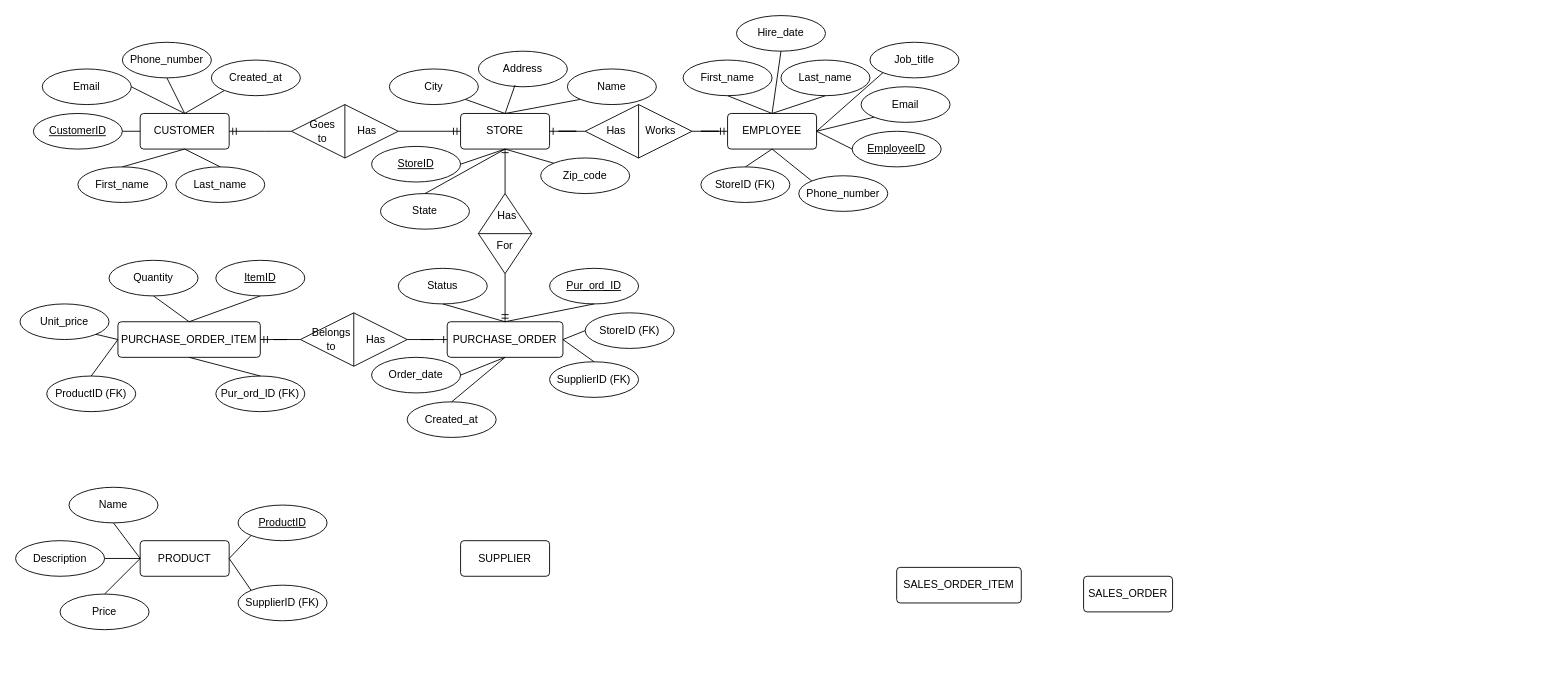
Earlier version of the draw.io diagram diagrams/EER_563.drawio (Shantanu-Barua/prt563_dbdesign). Source tidied: cells renumbered, new cells numbered last; positions are measured from the earlier drawing's top-left corner, leaving out a move shared by most shapes. Both pictures are drawn from the tidied source at 89%, with x=0, y=0 at pixel (15, 15).
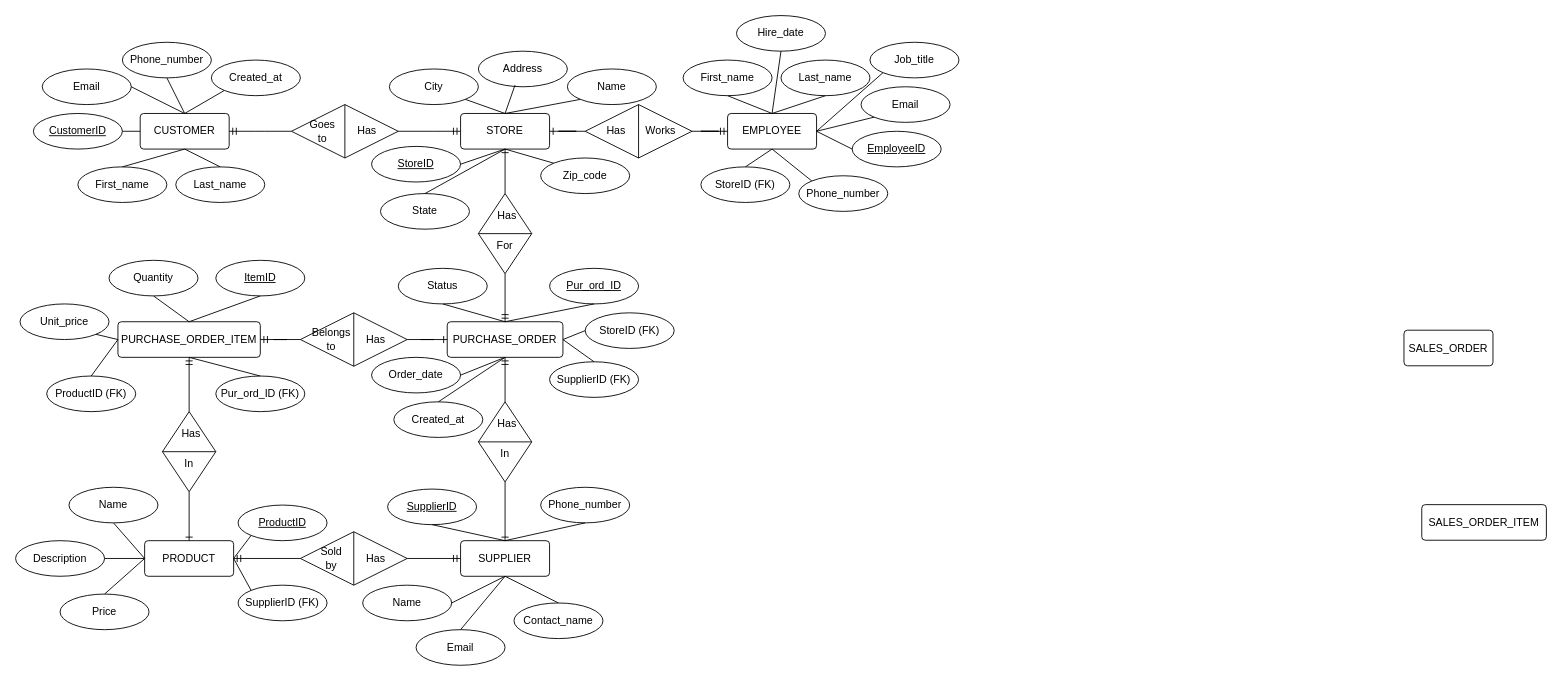
The same page after the edit.

The change refers to these unchanged cells:
```xml
<mxCell id="5" value="SUPPLIER" style="rounded=1;arcSize=10;whiteSpace=wrap;html=1;align=center;" parent="1" vertex="1">
  <mxGeometry x="500" y="590" width="100" height="40" as="geometry" />
</mxCell>
<mxCell id="63" value="PURCHASE_ORDER_ITEM" style="rounded=1;arcSize=10;whiteSpace=wrap;html=1;align=center;" parent="1" vertex="1">
  <mxGeometry x="115" y="344" width="160" height="40" as="geometry" />
</mxCell>
<mxCell id="64" value="PURCHASE_ORDER" style="rounded=1;arcSize=10;whiteSpace=wrap;html=1;align=center;" parent="1" vertex="1">
  <mxGeometry x="485" y="344" width="130" height="40" as="geometry" />
</mxCell>
```

The edit, as a diff of the source:
```diff
@@
     <mxCell id="4" value="PRODUCT" style="rounded=1;arcSize=10;whiteSpace=wrap;html=1;align=center;" parent="1" vertex="1">
-      <mxGeometry x="140" y="590" width="100" height="40" as="geometry" />
+      <mxGeometry x="145" y="590" width="100" height="40" as="geometry" />
     </mxCell>
@@
     <mxCell id="6" value="SALES_ORDER_ITEM" style="rounded=1;arcSize=10;whiteSpace=wrap;html=1;align=center;" parent="1" vertex="1">
-      <mxGeometry x="990" y="620" width="140" height="40" as="geometry" />
+      <mxGeometry x="1580" y="549.5" width="140" height="40" as="geometry" />
     </mxCell>
     <mxCell id="7" value="SALES_ORDER" style="rounded=1;arcSize=10;whiteSpace=wrap;html=1;align=center;" parent="1" vertex="1">
-      <mxGeometry x="1200" y="630" width="100" height="40" as="geometry" />
+      <mxGeometry x="1560" y="353.5" width="100" height="40" as="geometry" />
     </mxCell>
@@
     <mxCell id="70" value="Created_at" style="ellipse;whiteSpace=wrap;html=1;align=center;" parent="1" vertex="1">
-      <mxGeometry x="440" y="434" width="100" height="40" as="geometry" />
+      <mxGeometry x="425" y="434" width="100" height="40" as="geometry" />
     </mxCell>
@@
+    <mxCell id="111" style="group;rotation=90;" parent="1" vertex="1">
+      <mxGeometry x="135" y="445" width="120" height="75" as="geometry" />
+    </mxCell>
+    <mxCell id="112" style="shape=rhombus;perimeter=rhombusPerimeter;whiteSpace=wrap;html=1;align=center;rotation=90;" parent="111" vertex="1">
+      <mxGeometry x="15" y="15" width="90" height="60" as="geometry" />
+    </mxCell>
+    <mxCell id="113" value="In" style="rounded=0;whiteSpace=wrap;html=1;fillColor=none;strokeColor=none;rotation=0;" parent="111" vertex="1">
+      <mxGeometry x="45" y="49" width="30" height="20" as="geometry" />
+    </mxCell>
+    <mxCell id="114" value="Has" style="rounded=0;whiteSpace=wrap;html=1;fillColor=none;strokeColor=none;rotation=0;" parent="111" vertex="1">
+      <mxGeometry x="45" y="10" width="35" height="30" as="geometry" />
+    </mxCell>
+    <mxCell id="115" style="endArrow=none;html=1;rounded=0;exitX=0.5;exitY=0;exitDx=0;exitDy=0;entryX=0.5;entryY=1;entryDx=0;entryDy=0;" parent="111" edge="1" source="112" target="112">
+      <mxGeometry relative="1" as="geometry" />
+    </mxCell>
+    <mxCell id="116" style="fontSize=12;html=1;endArrow=ERmandOne;endFill=0;rounded=0;entryX=0.5;entryY=1;entryDx=0;entryDy=0;exitX=0;exitY=0.5;exitDx=0;exitDy=0;" parent="1" edge="1" source="112" target="63">
+      <mxGeometry relative="1" as="geometry" />
+    </mxCell>
+    <mxCell id="117" style="fontSize=12;html=1;endArrow=ERone;rounded=0;entryX=0.5;entryY=0;entryDx=0;entryDy=0;exitX=1;exitY=0.5;exitDx=0;exitDy=0;endFill=0;" parent="1" edge="1" source="112" target="4">
+      <mxGeometry relative="1" as="geometry" />
+    </mxCell>
+    <mxCell id="118" value="&lt;u&gt;SupplierID&lt;/u&gt;" style="ellipse;whiteSpace=wrap;html=1;align=center;" parent="1" vertex="1">
+      <mxGeometry x="418" y="532" width="100" height="40" as="geometry" />
+    </mxCell>
+    <mxCell id="119" value="Name" style="ellipse;whiteSpace=wrap;html=1;align=center;" parent="1" vertex="1">
+      <mxGeometry x="390" y="640" width="100" height="40" as="geometry" />
+    </mxCell>
+    <mxCell id="120" value="Contact_name" style="ellipse;whiteSpace=wrap;html=1;align=center;" parent="1" vertex="1">
+      <mxGeometry x="560" y="660" width="100" height="40" as="geometry" />
+    </mxCell>
+    <mxCell id="121" value="Email" style="ellipse;whiteSpace=wrap;html=1;align=center;" parent="1" vertex="1">
+      <mxGeometry x="450" y="690" width="100" height="40" as="geometry" />
+    </mxCell>
+    <mxCell id="122" value="Phone_number" style="ellipse;whiteSpace=wrap;html=1;align=center;" parent="1" vertex="1">
+      <mxGeometry x="590" y="530" width="100" height="40" as="geometry" />
+    </mxCell>
+    <mxCell id="123" style="group;rotation=90;" parent="1" vertex="1">
+      <mxGeometry x="490" y="434" width="120" height="75" as="geometry" />
+    </mxCell>
+    <mxCell id="124" style="shape=rhombus;perimeter=rhombusPerimeter;whiteSpace=wrap;html=1;align=center;rotation=90;" parent="123" vertex="1">
+      <mxGeometry x="15" y="15" width="90" height="60" as="geometry" />
+    </mxCell>
+    <mxCell id="125" value="In" style="rounded=0;whiteSpace=wrap;html=1;fillColor=none;strokeColor=none;rotation=0;" parent="123" vertex="1">
+      <mxGeometry x="45" y="49" width="30" height="20" as="geometry" />
+    </mxCell>
+    <mxCell id="126" value="Has" style="rounded=0;whiteSpace=wrap;html=1;fillColor=none;strokeColor=none;rotation=0;" parent="123" vertex="1">
+      <mxGeometry x="45" y="10" width="35" height="30" as="geometry" />
+    </mxCell>
+    <mxCell id="127" style="endArrow=none;html=1;rounded=0;exitX=0.5;exitY=0;exitDx=0;exitDy=0;entryX=0.5;entryY=1;entryDx=0;entryDy=0;" parent="123" edge="1" source="124" target="124">
+      <mxGeometry relative="1" as="geometry" />
+    </mxCell>
+    <mxCell id="128" style="endArrow=none;html=1;rounded=0;entryX=0.5;entryY=0;entryDx=0;entryDy=0;exitX=0.5;exitY=1;exitDx=0;exitDy=0;" parent="1" edge="1" source="118" target="5">
+      <mxGeometry relative="1" as="geometry" />
+    </mxCell>
+    <mxCell id="129" style="endArrow=none;html=1;rounded=0;entryX=0.5;entryY=1;entryDx=0;entryDy=0;exitX=1;exitY=0.5;exitDx=0;exitDy=0;" parent="1" edge="1" source="119" target="5">
+      <mxGeometry relative="1" as="geometry" />
+    </mxCell>
+    <mxCell id="130" style="endArrow=none;html=1;rounded=0;entryX=0.5;entryY=1;entryDx=0;entryDy=0;exitX=0.5;exitY=0;exitDx=0;exitDy=0;" parent="1" edge="1" source="121" target="5">
+      <mxGeometry relative="1" as="geometry" />
+    </mxCell>
+    <mxCell id="131" style="endArrow=none;html=1;rounded=0;entryX=0.5;entryY=1;entryDx=0;entryDy=0;exitX=0.5;exitY=0;exitDx=0;exitDy=0;" parent="1" edge="1" source="120" target="5">
+      <mxGeometry relative="1" as="geometry" />
+    </mxCell>
+    <mxCell id="132" style="endArrow=none;html=1;rounded=0;entryX=0.5;entryY=0;entryDx=0;entryDy=0;exitX=0.5;exitY=1;exitDx=0;exitDy=0;" parent="1" edge="1" source="122" target="5">
+      <mxGeometry relative="1" as="geometry" />
+    </mxCell>
+    <mxCell id="133" style="fontSize=12;html=1;endArrow=ERmandOne;endFill=0;rounded=0;entryX=0.5;entryY=1;entryDx=0;entryDy=0;exitX=0;exitY=0.5;exitDx=0;exitDy=0;" parent="1" edge="1" source="124" target="64">
+      <mxGeometry relative="1" as="geometry" />
+    </mxCell>
+    <mxCell id="134" style="fontSize=12;html=1;endArrow=ERone;rounded=0;entryX=0.5;entryY=0;entryDx=0;entryDy=0;exitX=1;exitY=0.5;exitDx=0;exitDy=0;endFill=0;" parent="1" edge="1" source="124" target="5">
+      <mxGeometry relative="1" as="geometry" />
+    </mxCell>
+    <mxCell id="135" style="group;" parent="1" vertex="1">
+      <mxGeometry x="320" y="580" width="120" height="60" as="geometry" />
+    </mxCell>
+    <mxCell id="136" style="shape=rhombus;perimeter=rhombusPerimeter;whiteSpace=wrap;html=1;align=center;" parent="135" vertex="1">
+      <mxGeometry width="120" height="60" as="geometry" />
+    </mxCell>
+    <mxCell id="137" value="Has" style="rounded=0;whiteSpace=wrap;html=1;fillColor=none;strokeColor=none;" parent="135" vertex="1">
+      <mxGeometry x="70" y="20" width="30" height="20" as="geometry" />
+    </mxCell>
+    <mxCell id="138" value="Sold by" style="rounded=0;whiteSpace=wrap;html=1;fillColor=none;strokeColor=none;" parent="135" vertex="1">
+      <mxGeometry x="20" y="20" width="30" height="20" as="geometry" />
+    </mxCell>
+    <mxCell id="139" style="endArrow=none;html=1;rounded=0;exitX=0.5;exitY=0;exitDx=0;exitDy=0;entryX=0.5;entryY=1;entryDx=0;entryDy=0;" parent="135" edge="1" source="136" target="136">
+      <mxGeometry relative="1" as="geometry" />
+    </mxCell>
+    <mxCell id="140" style="fontSize=12;html=1;endArrow=ERmandOne;endFill=0;rounded=0;entryX=1;entryY=0.5;entryDx=0;entryDy=0;" parent="1" edge="1" target="4">
+      <mxGeometry relative="1" as="geometry">
+        <mxPoint x="320" y="610" as="sourcePoint" />
+      </mxGeometry>
+    </mxCell>
+    <mxCell id="141" style="fontSize=12;html=1;endArrow=ERmandOne;endFill=0;rounded=0;entryX=0;entryY=0.5;entryDx=0;entryDy=0;exitX=1;exitY=0.5;exitDx=0;exitDy=0;" parent="1" edge="1" source="136" target="5">
+      <mxGeometry relative="1" as="geometry" />
+    </mxCell>
```
